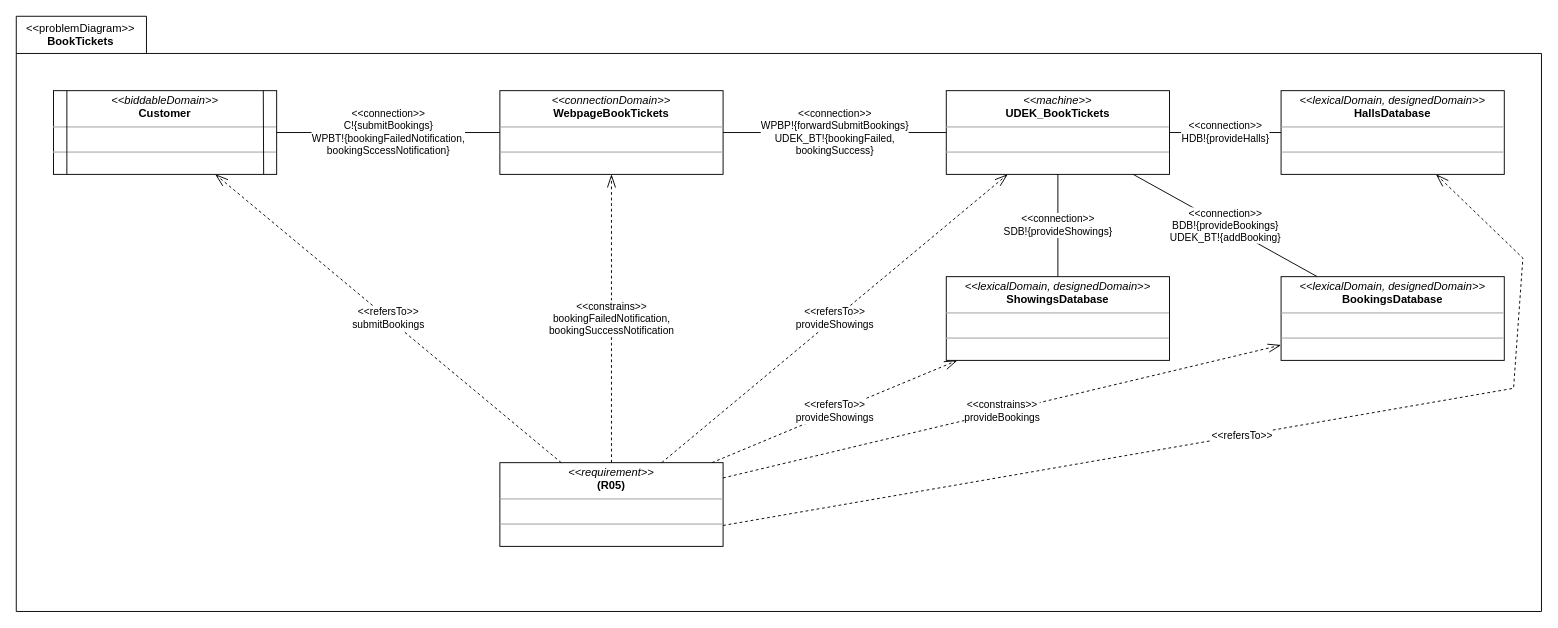
Above: page "PD" (1 of 2) of a03_problem_diagram_3.drawio in melvdlin/swtlab (draw.io), before the change. Source tidied: cells renumbered, new cells numbered last; positions are measured from the earlier drawing's top-left corner, leaving out a move shared by most shapes. Both pictures are drawn from the tidied source at 93%, with x=0, y=0 at pixel (16, 16).
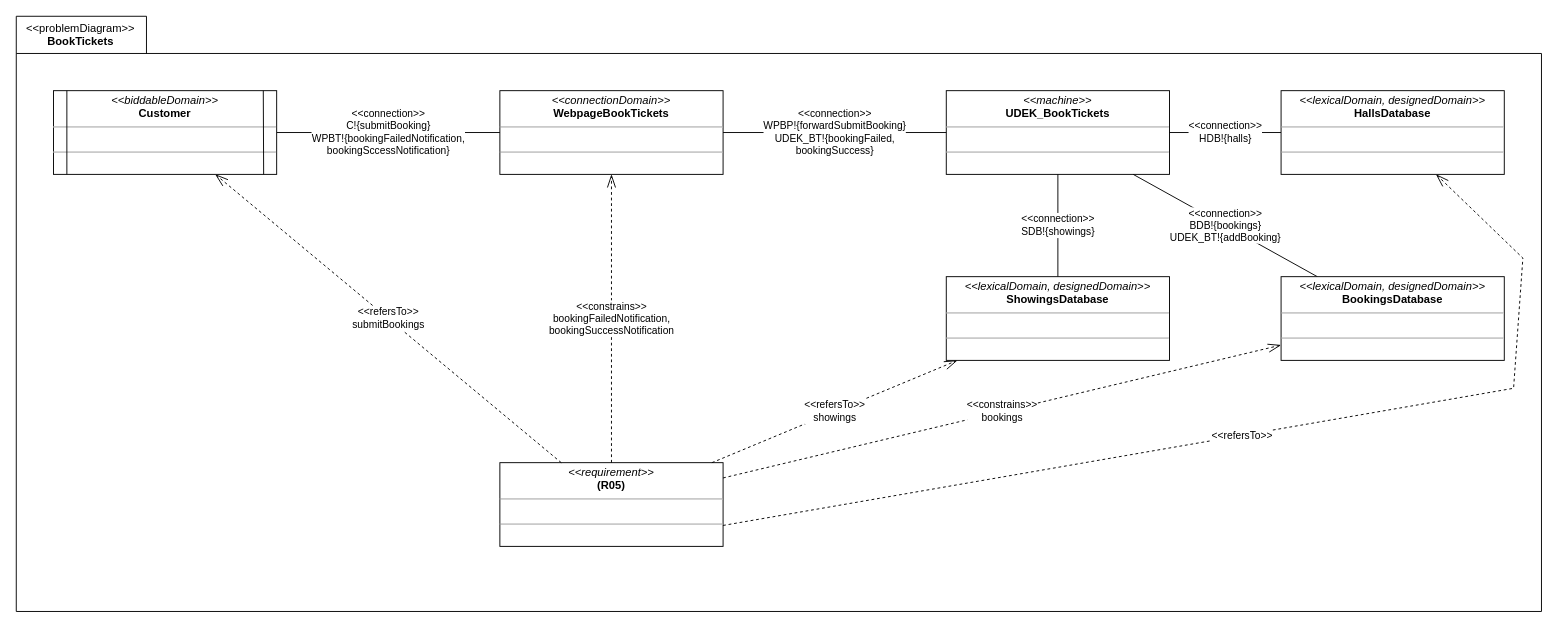
The same page after the edit.

Unchanged cells that the change refers to:
```xml
<mxCell id="3" style="group;" parent="2" vertex="1">
  <mxGeometry x="40" y="80" width="1580" height="490" as="geometry" />
</mxCell>
<mxCell id="4" value="&lt;p style=&quot;margin: 0px ; margin-top: 4px ; text-align: center&quot;&gt;&lt;i&gt;&amp;lt;&amp;lt;requirement&amp;gt;&amp;gt;&lt;/i&gt;&lt;br&gt;&lt;b&gt;(R05)&lt;/b&gt;&lt;/p&gt;&lt;hr size=&quot;1&quot;&gt;&lt;p style=&quot;margin: 0px ; margin-left: 4px&quot;&gt;&lt;br&gt;&lt;/p&gt;&lt;hr size=&quot;1&quot;&gt;&lt;p style=&quot;margin: 0px ; margin-left: 4px&quot;&gt;&lt;br&gt;&lt;/p&gt;" style="verticalAlign=top;align=left;overflow=fill;fontSize=12;fontFamily=Helvetica;html=1;rounded=0;shadow=0;glass=0;comic=0;sketch=0;fontColor=default;gradientColor=none;" parent="3" vertex="1">
  <mxGeometry x="480" y="400" width="240" height="90" as="geometry" />
</mxCell>
<mxCell id="5" value="&lt;p style=&quot;margin: 0px ; margin-top: 4px ; text-align: center&quot;&gt;&lt;i&gt;&amp;lt;&amp;lt;machine&amp;gt;&amp;gt;&lt;/i&gt;&lt;br&gt;&lt;b&gt;UDEK_BookTickets&lt;/b&gt;&lt;/p&gt;&lt;hr size=&quot;1&quot;&gt;&lt;p style=&quot;margin: 0px ; margin-left: 4px&quot;&gt;&lt;br&gt;&lt;/p&gt;&lt;hr size=&quot;1&quot;&gt;&lt;p style=&quot;margin: 0px ; margin-left: 4px&quot;&gt;&lt;br&gt;&lt;/p&gt;" style="verticalAlign=top;align=left;overflow=fill;fontSize=12;fontFamily=Helvetica;html=1;rounded=0;shadow=0;glass=0;comic=0;sketch=0;fontColor=default;gradientColor=none;" parent="3" vertex="1">
  <mxGeometry x="960" width="240" height="90" as="geometry" />
</mxCell>
<mxCell id="7" value="&lt;p style=&quot;margin: 0px ; margin-top: 4px ; text-align: center&quot;&gt;&lt;i&gt;&amp;lt;&amp;lt;connectionDomain&amp;gt;&amp;gt;&lt;/i&gt;&lt;br&gt;&lt;b&gt;WebpageBookTickets&lt;/b&gt;&lt;/p&gt;&lt;hr size=&quot;1&quot;&gt;&lt;p style=&quot;margin: 0px ; margin-left: 4px&quot;&gt;&lt;br&gt;&lt;/p&gt;&lt;hr size=&quot;1&quot;&gt;&lt;p style=&quot;margin: 0px ; margin-left: 4px&quot;&gt;&lt;br&gt;&lt;/p&gt;" style="verticalAlign=top;align=left;overflow=fill;fontSize=12;fontFamily=Helvetica;html=1;rounded=0;shadow=0;glass=0;comic=0;sketch=0;fontColor=default;gradientColor=none;" parent="3" vertex="1">
  <mxGeometry x="480" width="240" height="90" as="geometry" />
</mxCell>
<mxCell id="13" value="&lt;p style=&quot;margin: 0px ; margin-top: 4px ; text-align: center&quot;&gt;&lt;i&gt;&amp;lt;&amp;lt;lexicalDomain, designedDomain&amp;gt;&amp;gt;&lt;/i&gt;&lt;br&gt;&lt;b&gt;BookingsDatabase&lt;/b&gt;&lt;/p&gt;&lt;hr size=&quot;1&quot;&gt;&lt;p style=&quot;margin: 0px ; margin-left: 4px&quot;&gt;&lt;br&gt;&lt;/p&gt;&lt;hr size=&quot;1&quot;&gt;&lt;p style=&quot;margin: 0px ; margin-left: 4px&quot;&gt;&lt;br&gt;&lt;/p&gt;" style="verticalAlign=top;align=left;overflow=fill;fontSize=12;fontFamily=Helvetica;html=1;rounded=0;shadow=0;glass=0;comic=0;sketch=0;fontColor=default;gradientColor=none;strokeWidth=1;" parent="3" vertex="1">
  <mxGeometry x="1320" y="200" width="240" height="90" as="geometry" />
</mxCell>
<mxCell id="17" value="&lt;p style=&quot;margin: 0px ; margin-top: 4px ; text-align: center&quot;&gt;&lt;i&gt;&amp;lt;&amp;lt;lexicalDomain, designedDomain&amp;gt;&amp;gt;&lt;/i&gt;&lt;br&gt;&lt;b&gt;ShowingsDatabase&lt;/b&gt;&lt;/p&gt;&lt;hr size=&quot;1&quot;&gt;&lt;p style=&quot;margin: 0px ; margin-left: 4px&quot;&gt;&lt;br&gt;&lt;/p&gt;&lt;hr size=&quot;1&quot;&gt;&lt;p style=&quot;margin: 0px ; margin-left: 4px&quot;&gt;&lt;br&gt;&lt;/p&gt;" style="verticalAlign=top;align=left;overflow=fill;fontSize=12;fontFamily=Helvetica;html=1;rounded=0;shadow=0;glass=0;comic=0;sketch=0;fontColor=default;gradientColor=none;strokeWidth=1;" parent="3" vertex="1">
  <mxGeometry x="960" y="200" width="240" height="90" as="geometry" />
</mxCell>
<mxCell id="19" value="&lt;p style=&quot;margin: 0px ; margin-top: 4px ; text-align: center&quot;&gt;&lt;i&gt;&amp;lt;&amp;lt;lexicalDomain, designedDomain&amp;gt;&amp;gt;&lt;/i&gt;&lt;br&gt;&lt;b&gt;HallsDatabase&lt;/b&gt;&lt;/p&gt;&lt;hr size=&quot;1&quot;&gt;&lt;p style=&quot;margin: 0px ; margin-left: 4px&quot;&gt;&lt;br&gt;&lt;/p&gt;&lt;hr size=&quot;1&quot;&gt;&lt;p style=&quot;margin: 0px ; margin-left: 4px&quot;&gt;&lt;br&gt;&lt;/p&gt;" style="verticalAlign=top;align=left;overflow=fill;fontSize=12;fontFamily=Helvetica;html=1;rounded=0;shadow=0;glass=0;comic=0;sketch=0;fontColor=default;gradientColor=none;strokeWidth=1;" parent="3" vertex="1">
  <mxGeometry x="1320" width="240" height="90" as="geometry" />
</mxCell>
<mxCell id="22" value="&lt;p style=&quot;margin: 0px ; margin-top: 4px ; text-align: center&quot;&gt;&lt;i&gt;&amp;lt;&amp;lt;biddableDomain&amp;gt;&amp;gt;&lt;/i&gt;&lt;br&gt;&lt;b&gt;Customer&lt;/b&gt;&lt;/p&gt;&lt;hr size=&quot;1&quot;&gt;&lt;p style=&quot;margin: 0px ; margin-left: 4px&quot;&gt;&lt;br&gt;&lt;/p&gt;&lt;hr size=&quot;1&quot;&gt;&lt;p style=&quot;margin: 0px ; margin-left: 4px&quot;&gt;&lt;br&gt;&lt;/p&gt;" style="verticalAlign=top;align=left;overflow=fill;fontSize=12;fontFamily=Helvetica;html=1;rounded=0;shadow=0;glass=0;comic=0;sketch=0;fontColor=default;gradientColor=none;points=[[0,0,0,0,0],[0,0.24,0,0,0],[0,0.5,0,0,0],[0,0.76,0,0,0],[0,1,0,0,0],[0.06,0,0,0,0],[0.06,1,0,0,0],[0.13,0,0,0,0],[0.13,1,0,0,0],[0.25,0,0,0,0],[0.25,1,0,0,0],[0.5,0,0,0,0],[0.5,1,0,0,0],[0.75,0,0,0,0],[0.75,1,0,0,0],[0.88,0,0,0,0],[0.88,1,0,0,0],[0.94,0,0,0,0],[0.94,1,0,0,0],[1,0,0,0,0],[1,0.26,0,0,0],[1,0.5,0,0,0],[1,0.76,0,0,0],[1,1,0,0,0]];strokeWidth=1;" parent="21" vertex="1">
  <mxGeometry width="240" height="90" as="geometry" />
</mxCell>
```

Diff of the diagram source:
```diff
@@
-    <mxCell id="6" value="&amp;lt;&amp;lt;refersTo&amp;gt;&amp;gt;&lt;br&gt;provideShowings" style="edgeStyle=none;rounded=0;jettySize=auto;html=1;endArrow=openThin;endFill=0;endSize=12;startSize=12;dashed=1;" parent="3" edge="1" source="4" target="5">
-      <mxGeometry relative="1" as="geometry" />
-    </mxCell>
@@
-    <mxCell id="9" value="&amp;lt;&amp;lt;connection&amp;gt;&amp;gt;&lt;br&gt;WPBP!{forwardSubmitBookings}&lt;br&gt;UDEK_BT!{bookingFailed,&lt;br&gt;bookingSuccess}" style="edgeStyle=none;rounded=0;jettySize=auto;html=1;endArrow=none;endFill=0;" parent="3" edge="1" source="5" target="7">
+    <mxCell id="9" value="&amp;lt;&amp;lt;connection&amp;gt;&amp;gt;&lt;br&gt;WPBP!{forwardSubmitBooking}&lt;br&gt;UDEK_BT!{bookingFailed,&lt;br&gt;bookingSuccess}" style="edgeStyle=none;rounded=0;jettySize=auto;html=1;endArrow=none;endFill=0;" parent="3" edge="1" source="5" target="7">
       <mxGeometry relative="1" as="geometry" />
     </mxCell>
@@
-    <mxCell id="11" value="&amp;lt;&amp;lt;connection&amp;gt;&amp;gt;&lt;br&gt;C!{submitBookings}&lt;br&gt;WPBT!{bookingFailedNotification,&lt;br&gt;bookingSccessNotification}" style="rounded=0;jettySize=auto;html=1;endArrow=none;endFill=0;" parent="3" edge="1" source="22" target="7">
+    <mxCell id="11" value="&amp;lt;&amp;lt;connection&amp;gt;&amp;gt;&lt;br&gt;C!{submitBooking}&lt;br&gt;WPBT!{bookingFailedNotification,&lt;br&gt;bookingSccessNotification}" style="rounded=0;jettySize=auto;html=1;endArrow=none;endFill=0;" parent="3" edge="1" source="22" target="7">
       <mxGeometry relative="1" as="geometry" />
     </mxCell>
-    <mxCell id="12" value="&amp;lt;&amp;lt;connection&amp;gt;&amp;gt;&lt;br&gt;BDB!{provideBookings}&lt;br&gt;UDEK_BT!{addBooking}" style="edgeStyle=none;rounded=0;jettySize=auto;html=1;endArrow=none;endFill=0;" parent="3" edge="1" source="13" target="5">
+    <mxCell id="12" value="&amp;lt;&amp;lt;connection&amp;gt;&amp;gt;&lt;br&gt;BDB!{bookings}&lt;br&gt;UDEK_BT!{addBooking}" style="edgeStyle=none;rounded=0;jettySize=auto;html=1;endArrow=none;endFill=0;" parent="3" edge="1" source="13" target="5">
       <mxGeometry relative="1" as="geometry" />
     </mxCell>
@@
-    <mxCell id="14" value="&amp;lt;&amp;lt;constrains&amp;gt;&amp;gt;&lt;br&gt;provideBookings" style="edgeStyle=none;rounded=0;jettySize=auto;html=1;dashed=1;startArrow=none;startFill=0;endArrow=openThin;endFill=0;startSize=12;endSize=12;" parent="3" edge="1" source="4" target="13">
+    <mxCell id="14" value="&amp;lt;&amp;lt;constrains&amp;gt;&amp;gt;&lt;br&gt;bookings" style="edgeStyle=none;rounded=0;jettySize=auto;html=1;dashed=1;startArrow=none;startFill=0;endArrow=openThin;endFill=0;startSize=12;endSize=12;" parent="3" edge="1" source="4" target="13">
       <mxGeometry relative="1" as="geometry" />
     </mxCell>
-    <mxCell id="15" value="&amp;lt;&amp;lt;refersTo&amp;gt;&amp;gt;&lt;br&gt;provideShowings" style="edgeStyle=none;rounded=0;jettySize=auto;html=1;dashed=1;endArrow=openThin;endFill=0;startSize=12;endSize=12;" parent="3" edge="1" source="4" target="17">
+    <mxCell id="15" value="&amp;lt;&amp;lt;refersTo&amp;gt;&amp;gt;&lt;br&gt;showings" style="edgeStyle=none;rounded=0;jettySize=auto;html=1;dashed=1;endArrow=openThin;endFill=0;startSize=12;endSize=12;" parent="3" edge="1" source="4" target="17">
       <mxGeometry relative="1" as="geometry" />
     </mxCell>
-    <mxCell id="16" value="&amp;lt;&amp;lt;connection&amp;gt;&amp;gt;&lt;br&gt;SDB!{provideShowings}" style="edgeStyle=none;rounded=0;jettySize=auto;html=1;endArrow=none;endFill=0;startSize=12;endSize=12;" parent="3" edge="1" source="17" target="5">
+    <mxCell id="16" value="&amp;lt;&amp;lt;connection&amp;gt;&amp;gt;&lt;br&gt;SDB!{showings}" style="edgeStyle=none;rounded=0;jettySize=auto;html=1;endArrow=none;endFill=0;startSize=12;endSize=12;" parent="3" edge="1" source="17" target="5">
       <mxGeometry relative="1" as="geometry" />
     </mxCell>
@@
-    <mxCell id="18" value="&amp;lt;&amp;lt;connection&amp;gt;&amp;gt;&lt;br&gt;HDB!{provideHalls}" style="edgeStyle=none;rounded=0;jettySize=auto;html=1;endArrow=none;endFill=0;startSize=12;endSize=12;" parent="3" edge="1" source="19" target="5">
+    <mxCell id="18" value="&amp;lt;&amp;lt;connection&amp;gt;&amp;gt;&lt;br&gt;HDB!{halls}" style="edgeStyle=none;rounded=0;jettySize=auto;html=1;endArrow=none;endFill=0;startSize=12;endSize=12;" parent="3" edge="1" source="19" target="5">
       <mxGeometry relative="1" as="geometry" />
     </mxCell>
```
